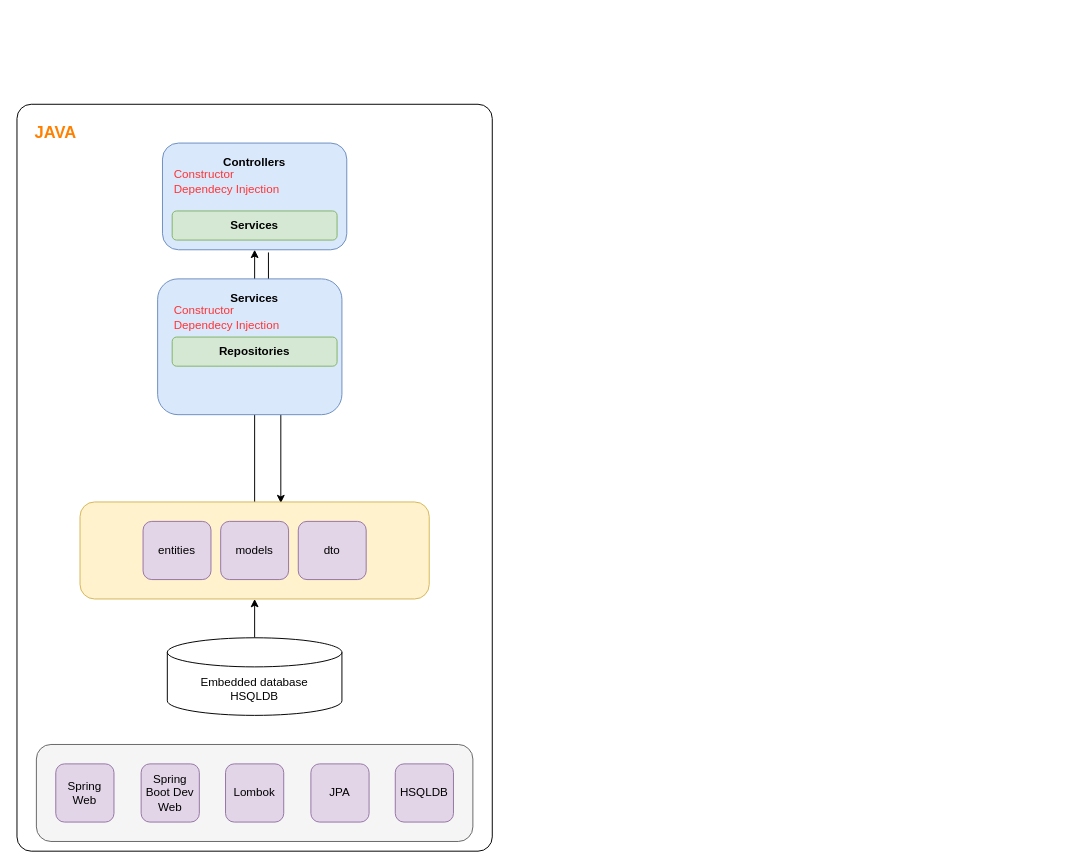
Earlier version of the draw.io diagram page "architecutre" (1 of 2) of day-10/day-10.drawio (zcomert/java-react-bootcamp). Source tidied: cells renumbered, new cells numbered last; positions are measured from the earlier drawing's top-left corner, leaving out a move shared by most shapes. Both pictures are drawn from the tidied source at 97%, with x=0, y=0 at pixel (16, 104).
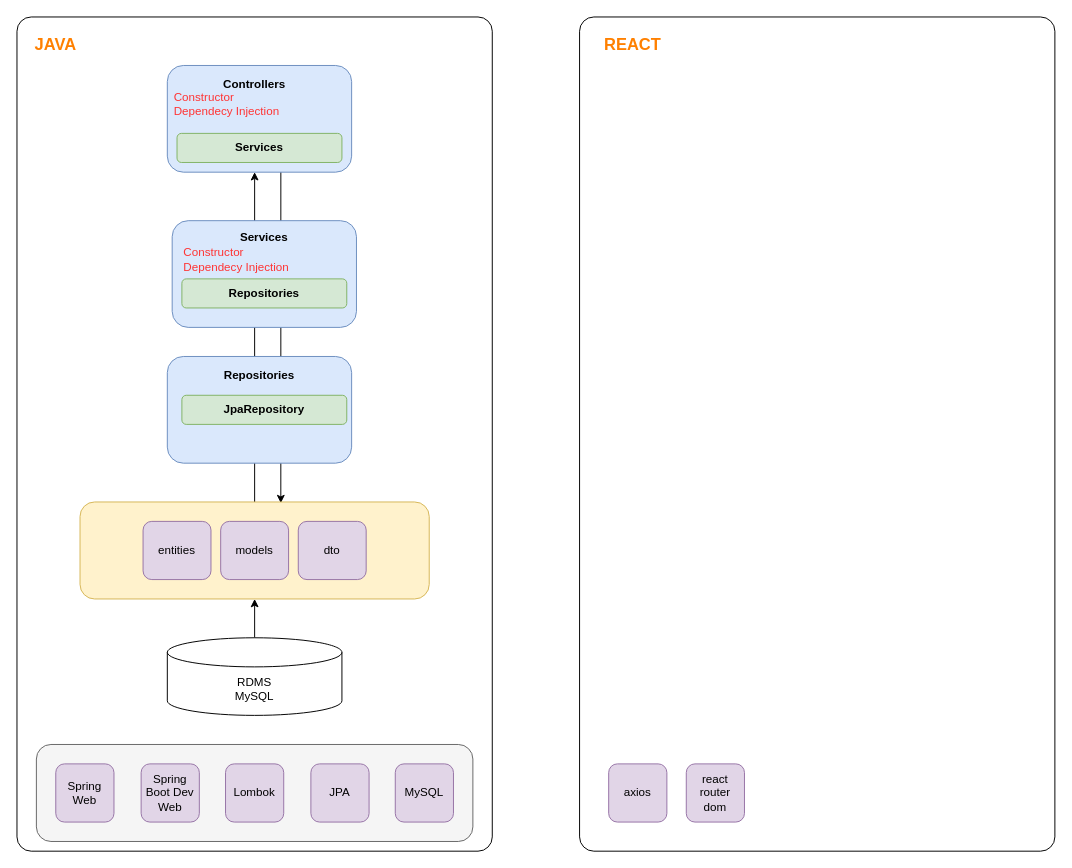
The same page after the edit.

The change refers to these unchanged cells:
```xml
<mxCell id="7" style="rounded=1;whiteSpace=wrap;html=1;fillColor=#fff2cc;strokeColor=#d6b656;" parent="1" vertex="1">
  <mxGeometry x="65" y="410" width="360" height="100" as="geometry" />
</mxCell>
```

What changed in the source:
```diff
@@
     <mxCell id="2" style="rounded=1;whiteSpace=wrap;html=1;arcSize=3;" parent="1" vertex="1">
-      <mxGeometry width="490" height="770" as="geometry" />
+      <mxGeometry y="-90" width="490" height="860" as="geometry" />
     </mxCell>
@@
-    <mxCell id="4" style="edgeStyle=orthogonalEdgeStyle;rounded=0;jettySize=auto;html=1;entryX=0.575;entryY=0.012;entryDx=0;entryDy=0;entryPerimeter=0;exitX=0.575;exitY=1.025;exitDx=0;exitDy=0;exitPerimeter=0;" parent="1" edge="1" source="5" target="7">
+    <mxCell id="4" style="edgeStyle=orthogonalEdgeStyle;rounded=0;jettySize=auto;html=1;entryX=0.575;entryY=0.012;entryDx=0;entryDy=0;entryPerimeter=0;exitX=0.616;exitY=0.998;exitDx=0;exitDy=0;exitPerimeter=0;" parent="1" edge="1" source="5" target="7">
       <mxGeometry relative="1" as="geometry" />
     </mxCell>
     <mxCell id="5" style="rounded=1;whiteSpace=wrap;html=1;fillColor=#dae8fc;strokeColor=#6c8ebf;" parent="1" vertex="1">
-      <mxGeometry x="150" y="40" width="190" height="110" as="geometry" />
+      <mxGeometry x="155" y="-40" width="190" height="110" as="geometry" />
     </mxCell>
@@
     <mxCell id="8" value="Services" style="rounded=1;whiteSpace=wrap;html=1;fillColor=#d5e8d4;strokeColor=#82b366;fontStyle=1;" parent="1" vertex="1">
-      <mxGeometry x="160" y="110" width="170" height="30" as="geometry" />
+      <mxGeometry x="165" y="30" width="170" height="30" as="geometry" />
     </mxCell>
     <mxCell id="9" value="Constructor &lt;br&gt;Dependecy Injection" style="text;html=1;strokeColor=none;fillColor=none;align=left;verticalAlign=middle;whiteSpace=wrap;rounded=0;fontColor=#FF3333;" parent="1" vertex="1">
-      <mxGeometry x="160" y="70" width="170" height="20" as="geometry" />
+      <mxGeometry x="160" y="-10" width="170" height="20" as="geometry" />
     </mxCell>
     <mxCell id="10" value="Controllers" style="text;html=1;strokeColor=none;fillColor=none;align=center;verticalAlign=middle;whiteSpace=wrap;rounded=0;fontStyle=1;" parent="1" vertex="1">
-      <mxGeometry x="160" y="50" width="170" height="20" as="geometry" />
+      <mxGeometry x="160" y="-30" width="170" height="20" as="geometry" />
     </mxCell>
@@
-    <mxCell id="15" value="HSQLDB" style="rounded=1;whiteSpace=wrap;html=1;align=center;fillColor=#e1d5e7;strokeColor=#9673a6;" parent="1" vertex="1">
+    <mxCell id="15" value="MySQL" style="rounded=1;whiteSpace=wrap;html=1;align=center;fillColor=#e1d5e7;strokeColor=#9673a6;" parent="1" vertex="1">
       <mxGeometry x="390" y="680" width="60" height="60" as="geometry" />
     </mxCell>
@@
-    <mxCell id="17" value="Embedded database&lt;br&gt;HSQLDB" style="shape=cylinder3;whiteSpace=wrap;html=1;boundedLbl=1;backgroundOutline=1;size=15;fontColor=#000000;align=center;" parent="1" vertex="1">
+    <mxCell id="17" value="RDMS&lt;br&gt;MySQL" style="shape=cylinder3;whiteSpace=wrap;html=1;boundedLbl=1;backgroundOutline=1;size=15;fontColor=#000000;align=center;" parent="1" vertex="1">
       <mxGeometry x="155" y="550" width="180" height="80" as="geometry" />
     </mxCell>
     <mxCell id="18" value="JAVA" style="text;html=1;strokeColor=none;fillColor=none;align=center;verticalAlign=middle;whiteSpace=wrap;rounded=0;fontStyle=1;fontSize=17;fontColor=#FF8000;" parent="1" vertex="1">
-      <mxGeometry x="20" y="20" width="40" height="20" as="geometry" />
+      <mxGeometry x="20" y="-70" width="40" height="20" as="geometry" />
     </mxCell>
     <mxCell id="19" style="rounded=1;whiteSpace=wrap;html=1;fillColor=#dae8fc;strokeColor=#6c8ebf;" parent="1" vertex="1">
-      <mxGeometry x="145" y="180" width="190" height="140" as="geometry" />
+      <mxGeometry x="160" y="120" width="190" height="110" as="geometry" />
     </mxCell>
     <mxCell id="20" value="Services" style="text;html=1;strokeColor=none;fillColor=none;align=center;verticalAlign=middle;whiteSpace=wrap;rounded=0;fontStyle=1;" parent="1" vertex="1">
-      <mxGeometry x="160" y="190" width="170" height="20" as="geometry" />
+      <mxGeometry x="170" y="127" width="170" height="20" as="geometry" />
     </mxCell>
@@
     <mxCell id="24" value="Repositories" style="rounded=1;whiteSpace=wrap;html=1;fillColor=#d5e8d4;strokeColor=#82b366;fontStyle=1;" parent="1" vertex="1">
-      <mxGeometry x="160" y="240" width="170" height="30" as="geometry" />
+      <mxGeometry x="170" y="180" width="170" height="30" as="geometry" />
     </mxCell>
     <mxCell id="25" value="Constructor &lt;br&gt;Dependecy Injection" style="text;html=1;strokeColor=none;fillColor=none;align=left;verticalAlign=middle;whiteSpace=wrap;rounded=0;fontColor=#FF3333;" parent="1" vertex="1">
-      <mxGeometry x="160" y="210" width="170" height="20" as="geometry" />
+      <mxGeometry x="170" y="150" width="170" height="20" as="geometry" />
     </mxCell>
+    <mxCell id="26" style="rounded=1;whiteSpace=wrap;html=1;fillColor=#dae8fc;strokeColor=#6c8ebf;" parent="1" vertex="1">
+      <mxGeometry x="155" y="260" width="190" height="110" as="geometry" />
+    </mxCell>
+    <mxCell id="27" value="Repositories" style="text;html=1;strokeColor=none;fillColor=none;align=center;verticalAlign=middle;whiteSpace=wrap;rounded=0;fontStyle=1;" parent="1" vertex="1">
+      <mxGeometry x="165" y="270" width="170" height="20" as="geometry" />
+    </mxCell>
+    <mxCell id="28" value="JpaRepository" style="rounded=1;whiteSpace=wrap;html=1;fillColor=#d5e8d4;strokeColor=#82b366;fontStyle=1;" parent="1" vertex="1">
+      <mxGeometry x="170" y="300" width="170" height="30" as="geometry" />
+    </mxCell>
+    <mxCell id="29" style="rounded=1;whiteSpace=wrap;html=1;arcSize=3;" parent="1" vertex="1">
+      <mxGeometry x="580" y="-90" width="490" height="860" as="geometry" />
+    </mxCell>
+    <mxCell id="30" value="REACT" style="text;html=1;strokeColor=none;fillColor=none;align=center;verticalAlign=middle;whiteSpace=wrap;rounded=0;fontStyle=1;fontSize=17;fontColor=#FF8000;" parent="1" vertex="1">
+      <mxGeometry x="600" y="-70" width="70" height="20" as="geometry" />
+    </mxCell>
+    <mxCell id="31" value="axios" style="rounded=1;whiteSpace=wrap;html=1;align=center;fillColor=#e1d5e7;strokeColor=#9673a6;" parent="1" vertex="1">
+      <mxGeometry x="610" y="680" width="60" height="60" as="geometry" />
+    </mxCell>
+    <mxCell id="32" value="react router dom" style="rounded=1;whiteSpace=wrap;html=1;align=center;fillColor=#e1d5e7;strokeColor=#9673a6;" parent="1" vertex="1">
+      <mxGeometry x="690" y="680" width="60" height="60" as="geometry" />
+    </mxCell>
```
